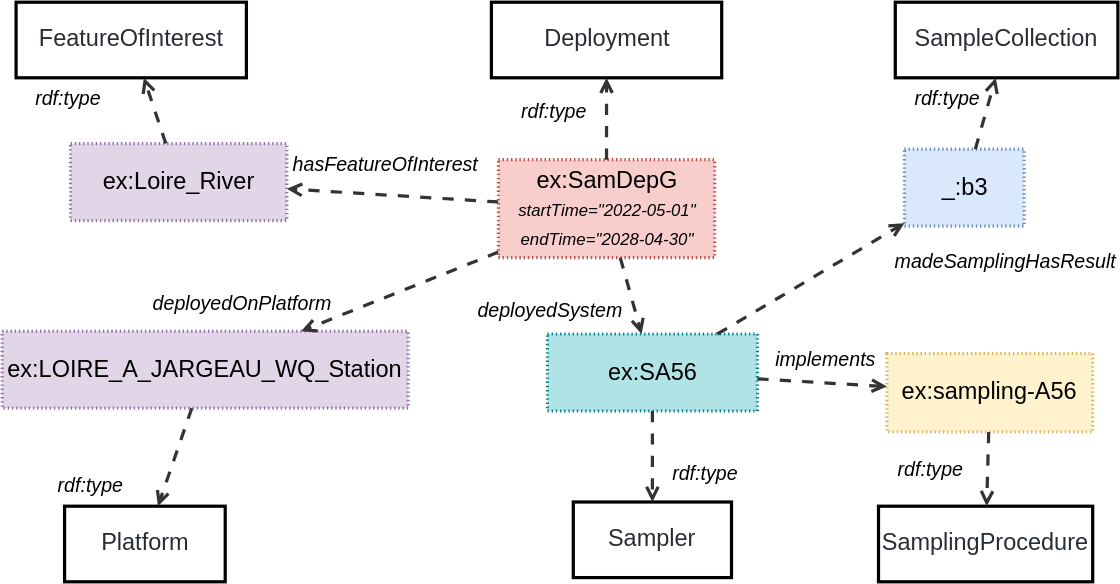
This is ssn/images/SamplerDeployment.svg from w3c/sdw-sosa-ssn, a draw.io export, as it was before one commit. Source tidied: cells renumbered, new cells last; positions are measured from the earlier drawing's top-left corner, leaving out a move shared by most shapes.
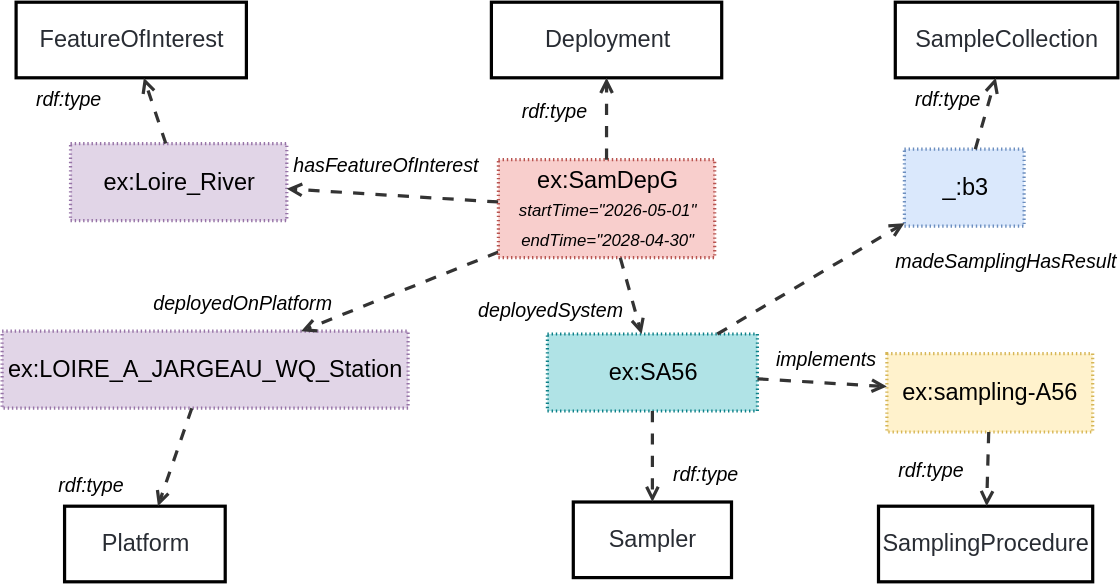
Above is the later version.

What changed in the source:
```diff
@@ -86,7 +86,7 @@
     <mxCell id="29" value="implements" style="html=1;overflow=block;blockSpacing=1;whiteSpace=wrap;fontSize=14;fontStyle=2;align=center;spacing=0;strokeColor=none;strokeOpacity=100;fillOpacity=100;fillColor=none;strokeWidth=2.3;lucidId=ZyNQdXScJ7d8;" parent="1" vertex="1">
       <mxGeometry x="551" y="240" width="75" height="30" as="geometry" />
     </mxCell>
-    <mxCell id="30" value="ex:SamDepG&lt;br&gt;&lt;font style=&quot;font-size: 12px;&quot;&gt;&lt;i&gt;startTime=&quot;2022-05-01&quot;&lt;br&gt;endTime=&quot;2028-04-30&quot;&lt;/i&gt;&lt;/font&gt;" style="html=1;overflow=block;blockSpacing=1;whiteSpace=wrap;fontSize=16.8;align=center;spacing=0;strokeOpacity=100;fillColor=#f8cecc;dashed=1;fixDash=1;dashPattern=1 2;strokeWidth=2.3;strokeColor=#b85450;" parent="1" vertex="1">
+    <mxCell id="30" value="ex:SamDepG&lt;br&gt;&lt;font style=&quot;font-size: 12px;&quot;&gt;&lt;i&gt;startTime=&quot;2026-05-01&quot;&lt;br&gt;endTime=&quot;2028-04-30&quot;&lt;/i&gt;&lt;/font&gt;" style="html=1;overflow=block;blockSpacing=1;whiteSpace=wrap;fontSize=16.8;align=center;spacing=0;strokeOpacity=100;fillColor=#f8cecc;dashed=1;fixDash=1;dashPattern=1 2;strokeWidth=2.3;strokeColor=#b85450;" parent="1" vertex="1">
       <mxGeometry x="354.5" y="112.5" width="154.5" height="70" as="geometry" />
     </mxCell>
     <mxCell id="31" value="Deployment" style="html=1;overflow=block;blockSpacing=1;whiteSpace=wrap;fontSize=16.8;fontColor=#282c33;align=center;spacing=0;strokeOpacity=100;fillColor=none;strokeWidth=2.3;" parent="1" vertex="1">
```
